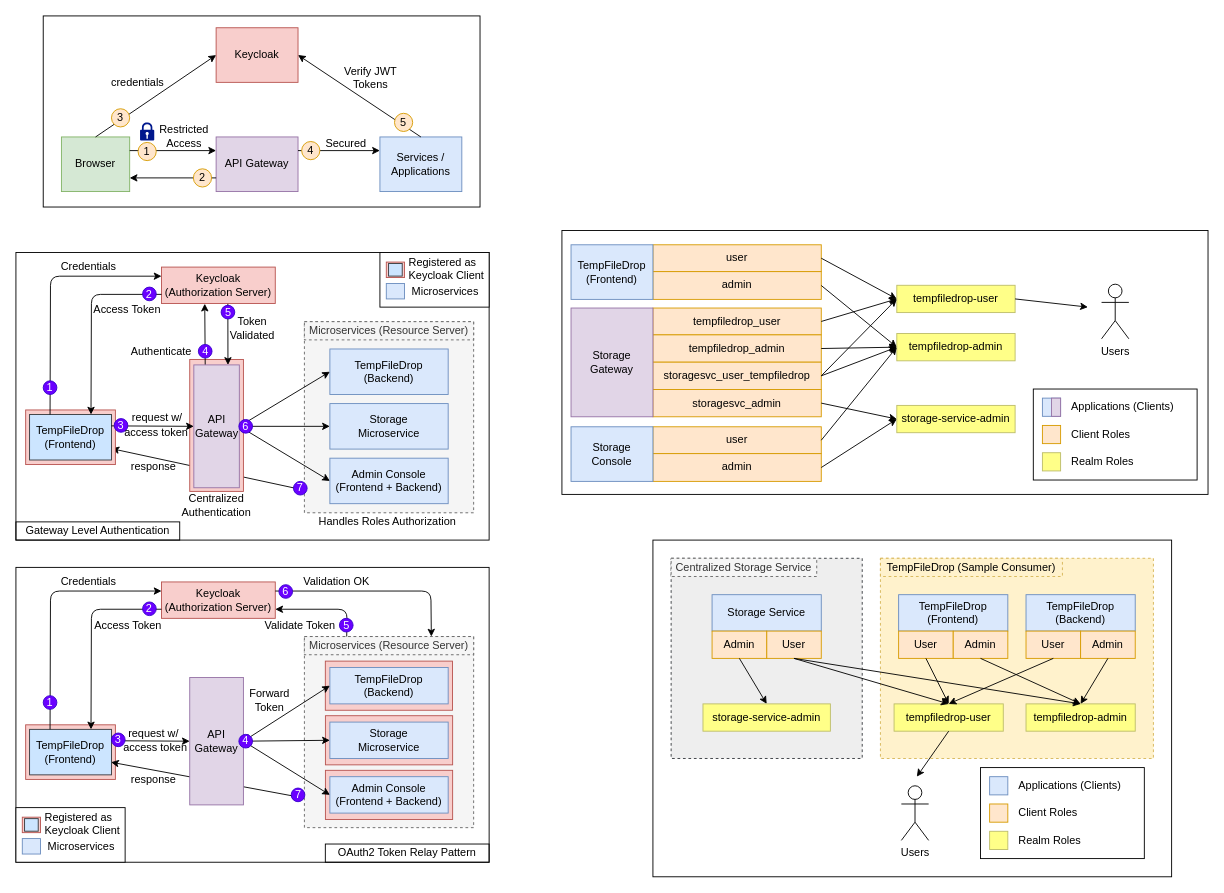
Above: doc/keycloak.drawio in awarenessxz/TempFileDrop (draw.io), before the change. Source tidied: cells renumbered, new cells numbered last; positions are measured from the earlier drawing's top-left corner, leaving out a move shared by most shapes. Both pictures are drawn from the tidied source at 91%, with x=0, y=0 at pixel (15, 15).
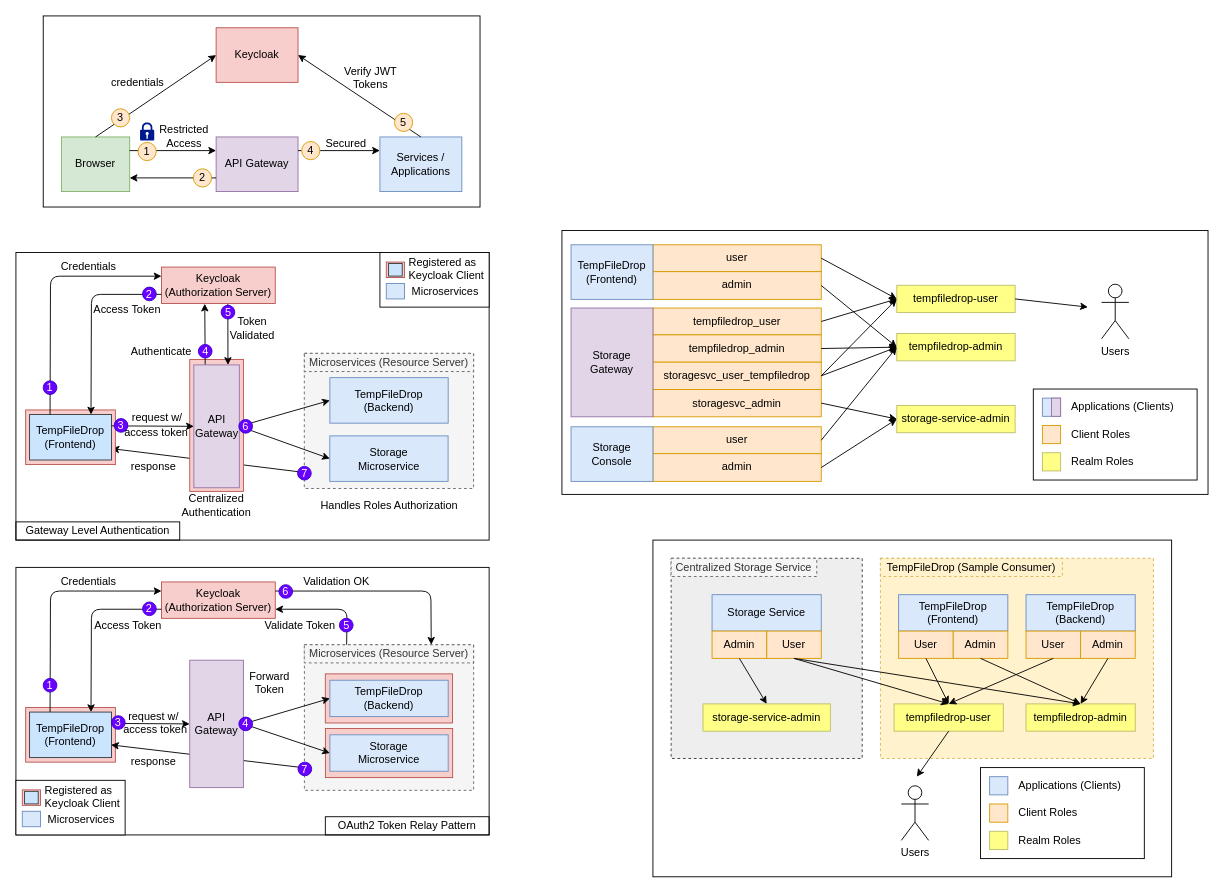
The same diagram, later.

The change refers to these unchanged cells:
```xml
<mxCell id="127" value="API &lt;br&gt;Gateway" style="rounded=0;whiteSpace=wrap;html=1;fillColor=#e1d5e7;strokeColor=#9673a6;" parent="1" vertex="1">
  <mxGeometry x="195.5" y="383.5" width="50" height="135" as="geometry" />
</mxCell>
```

What changed in the source:
```diff
@@
     <mxCell id="6" style="rounded=0;whiteSpace=wrap;html=1;strokeColor=#000000;align=center;" parent="1" vertex="1">
-      <mxGeometry y="606" width="520" height="324" as="geometry" />
+      <mxGeometry y="606" width="520" height="294" as="geometry" />
     </mxCell>
     <mxCell id="7" style="rounded=0;whiteSpace=wrap;html=1;dashed=1;fillColor=#f5f5f5;strokeColor=#666666;fontColor=#333333;" parent="1" vertex="1">
-      <mxGeometry x="317" y="682" width="186" height="210" as="geometry" />
+      <mxGeometry x="317" y="691" width="186" height="160" as="geometry" />
     </mxCell>
-    <mxCell id="8" style="rounded=0;whiteSpace=wrap;html=1;fillColor=#f8cecc;strokeColor=#b85450;" parent="1" vertex="1">
-      <mxGeometry x="340.1" y="829" width="139.8" height="54" as="geometry" />
-    </mxCell>
     <mxCell id="9" style="rounded=0;whiteSpace=wrap;html=1;fillColor=#f8cecc;strokeColor=#b85450;" parent="1" vertex="1">
-      <mxGeometry x="340.1" y="769" width="139.8" height="54" as="geometry" />
+      <mxGeometry x="340.1" y="783" width="139.8" height="54" as="geometry" />
     </mxCell>
     <mxCell id="10" style="rounded=0;whiteSpace=wrap;html=1;fillColor=#f8cecc;strokeColor=#b85450;" parent="1" vertex="1">
-      <mxGeometry x="340" y="709" width="139.8" height="54" as="geometry" />
+      <mxGeometry x="340" y="723" width="139.8" height="54" as="geometry" />
     </mxCell>
     <mxCell id="11" style="rounded=0;whiteSpace=wrap;html=1;fillColor=#f8cecc;strokeColor=#b85450;" parent="1" vertex="1">
-      <mxGeometry x="10.7" y="779" width="98.6" height="60" as="geometry" />
+      <mxGeometry x="10.7" y="760" width="98.6" height="60" as="geometry" />
     </mxCell>
@@
     <mxCell id="14" style="rounded=0;whiteSpace=wrap;html=1;dashed=1;fillColor=#f5f5f5;strokeColor=#666666;fontColor=#333333;" parent="1" vertex="1">
-      <mxGeometry x="317" y="336" width="186" height="210" as="geometry" />
+      <mxGeometry x="316.9" y="370.8" width="186" height="148.5" as="geometry" />
     </mxCell>
@@
     <mxCell id="69" value="TempFileDrop&lt;br&gt;(Backend)" style="rounded=0;whiteSpace=wrap;html=1;fillColor=#dae8fc;strokeColor=#6c8ebf;" parent="1" vertex="1">
-      <mxGeometry x="345" y="366" width="130" height="50" as="geometry" />
+      <mxGeometry x="345" y="397.5" width="130" height="50" as="geometry" />
     </mxCell>
     <mxCell id="70" value="Storage&lt;br&gt;Microservice" style="rounded=0;whiteSpace=wrap;html=1;fillColor=#dae8fc;strokeColor=#6c8ebf;" parent="1" vertex="1">
-      <mxGeometry x="345" y="426" width="130" height="50" as="geometry" />
+      <mxGeometry x="344.9" y="461.5" width="130" height="50" as="geometry" />
     </mxCell>
-    <mxCell id="71" value="Admin Console&lt;br&gt;(Frontend + Backend)" style="rounded=0;whiteSpace=wrap;html=1;fillColor=#dae8fc;strokeColor=#6c8ebf;" parent="1" vertex="1">
-      <mxGeometry x="345" y="486" width="130" height="50" as="geometry" />
-    </mxCell>
@@
-    <mxCell id="76" style="endArrow=classic;startArrow=classic;html=1;strokeWidth=1;exitX=1;exitY=0.5;exitDx=0;exitDy=0;entryX=0;entryY=0.5;entryDx=0;entryDy=0;" parent="1" edge="1" source="127" target="71">
-      <mxGeometry relative="1" as="geometry" />
-    </mxCell>
     <mxCell id="77" value="Microservices (Resource Server)" style="text;html=1;fillColor=#f5f5f5;align=center;verticalAlign=middle;whiteSpace=wrap;rounded=0;dashed=1;strokeColor=#666666;fontColor=#333333;" parent="1" vertex="1">
-      <mxGeometry x="317" y="336" width="186" height="20" as="geometry" />
+      <mxGeometry x="317" y="370.8" width="186" height="20" as="geometry" />
     </mxCell>
@@
     <mxCell id="93" value="Handles Roles Authorization" style="text;html=1;strokeColor=none;fillColor=none;align=center;verticalAlign=middle;whiteSpace=wrap;rounded=0;" parent="1" vertex="1">
-      <mxGeometry x="317" y="546" width="183" height="20" as="geometry" />
+      <mxGeometry x="318.5" y="528.2" width="183" height="20" as="geometry" />
     </mxCell>
@@
     <mxCell id="96" value="TempFileDrop&lt;br&gt;(Backend)" style="rounded=0;whiteSpace=wrap;html=1;fillColor=#dae8fc;strokeColor=#6c8ebf;" parent="1" vertex="1">
-      <mxGeometry x="345" y="716" width="130" height="40" as="geometry" />
+      <mxGeometry x="345" y="730" width="130" height="40" as="geometry" />
     </mxCell>
     <mxCell id="97" value="Storage&lt;br&gt;Microservice" style="rounded=0;whiteSpace=wrap;html=1;fillColor=#dae8fc;strokeColor=#6c8ebf;" parent="1" vertex="1">
-      <mxGeometry x="345" y="776" width="130" height="40" as="geometry" />
+      <mxGeometry x="345" y="790" width="130" height="40" as="geometry" />
     </mxCell>
-    <mxCell id="98" value="Admin Console&lt;br&gt;(Frontend + Backend)" style="rounded=0;whiteSpace=wrap;html=1;fillColor=#dae8fc;strokeColor=#6c8ebf;" parent="1" vertex="1">
-      <mxGeometry x="345" y="836" width="130" height="40" as="geometry" />
-    </mxCell>
     <mxCell id="99" value="TempFileDrop&lt;br&gt;(Frontend)" style="rounded=0;whiteSpace=wrap;html=1;fillColor=#cce5ff;strokeColor=#36393d;" parent="1" vertex="1">
-      <mxGeometry x="15" y="784" width="90" height="50" as="geometry" />
+      <mxGeometry x="15" y="765" width="90" height="50" as="geometry" />
     </mxCell>
@@
-    <mxCell id="103" style="endArrow=classic;startArrow=classic;html=1;strokeWidth=1;exitX=1;exitY=0.5;exitDx=0;exitDy=0;entryX=0;entryY=0.5;entryDx=0;entryDy=0;" parent="1" edge="1" source="125" target="98">
-      <mxGeometry relative="1" as="geometry" />
-    </mxCell>
     <mxCell id="104" value="Microservices (Resource Server)" style="text;html=1;fillColor=#f5f5f5;align=center;verticalAlign=middle;whiteSpace=wrap;rounded=0;dashed=1;strokeColor=#666666;fontColor=#333333;" parent="1" vertex="1">
-      <mxGeometry x="317" y="682" width="186" height="20" as="geometry" />
+      <mxGeometry x="316.9" y="691" width="186" height="20" as="geometry" />
     </mxCell>
@@
     <mxCell id="109" value="1" style="ellipse;whiteSpace=wrap;html=1;strokeColor=#3700CC;fillColor=#6a00ff;fontColor=#ffffff;horizontal=1;align=center;" parent="1" vertex="1">
-      <mxGeometry x="30" y="747" width="15" height="15" as="geometry" />
+      <mxGeometry x="30" y="728" width="15" height="15" as="geometry" />
     </mxCell>
@@
     <mxCell id="111" value="3" style="ellipse;whiteSpace=wrap;html=1;strokeColor=#3700CC;fillColor=#6a00ff;fontColor=#ffffff;horizontal=1;align=center;" parent="1" vertex="1">
-      <mxGeometry x="105" y="788" width="15" height="15" as="geometry" />
+      <mxGeometry x="105" y="769" width="15" height="15" as="geometry" />
     </mxCell>
     <mxCell id="112" value="request w/" style="text;html=1;strokeColor=none;fillColor=none;align=center;verticalAlign=middle;whiteSpace=wrap;rounded=0;dashed=1;" parent="1" vertex="1">
-      <mxGeometry x="114" y="779" width="75" height="20" as="geometry" />
+      <mxGeometry x="114" y="760" width="75" height="20" as="geometry" />
     </mxCell>
     <mxCell id="113" value="access token" style="text;html=1;strokeColor=none;fillColor=none;align=center;verticalAlign=middle;whiteSpace=wrap;rounded=0;dashed=1;" parent="1" vertex="1">
-      <mxGeometry x="116" y="794" width="75" height="20" as="geometry" />
+      <mxGeometry x="116" y="775" width="75" height="20" as="geometry" />
     </mxCell>
     <mxCell id="114" value="OAuth2 Token Relay Pattern" style="text;html=1;fillColor=none;align=center;verticalAlign=middle;whiteSpace=wrap;rounded=0;strokeColor=#000000;" parent="1" vertex="1">
-      <mxGeometry x="340" y="910" width="180" height="20" as="geometry" />
+      <mxGeometry x="340" y="880" width="180" height="20" as="geometry" />
     </mxCell>
     <mxCell id="115" value="Forward Token" style="text;html=1;strokeColor=none;fillColor=none;align=center;verticalAlign=middle;whiteSpace=wrap;rounded=0;" parent="1" vertex="1">
-      <mxGeometry x="259" y="742" width="40" height="20" as="geometry" />
+      <mxGeometry x="259" y="723" width="40" height="20" as="geometry" />
     </mxCell>
@@
     <mxCell id="123" value="7" style="ellipse;whiteSpace=wrap;html=1;strokeColor=#3700CC;fillColor=#6a00ff;fontColor=#ffffff;horizontal=1;align=center;" parent="1" vertex="1">
-      <mxGeometry x="302.5" y="848.5" width="15" height="15" as="geometry" />
+      <mxGeometry x="310" y="820" width="15" height="15" as="geometry" />
     </mxCell>
     <mxCell id="124" value="response" style="text;html=1;strokeColor=none;fillColor=none;align=center;verticalAlign=middle;whiteSpace=wrap;rounded=0;dashed=1;" parent="1" vertex="1">
-      <mxGeometry x="114.2" y="829" width="75" height="20" as="geometry" />
+      <mxGeometry x="114.2" y="810" width="75" height="20" as="geometry" />
     </mxCell>
     <mxCell id="125" value="API &lt;br&gt;Gateway" style="rounded=0;whiteSpace=wrap;html=1;fillColor=#e1d5e7;strokeColor=#9673a6;" parent="1" vertex="1">
-      <mxGeometry x="191" y="727" width="59" height="140" as="geometry" />
+      <mxGeometry x="191" y="708" width="59" height="140" as="geometry" />
     </mxCell>
     <mxCell id="126" value="4" style="ellipse;whiteSpace=wrap;html=1;strokeColor=#3700CC;fillColor=#6a00ff;fontColor=#ffffff;horizontal=1;align=center;" parent="1" vertex="1">
-      <mxGeometry x="245" y="789.5" width="15" height="15" as="geometry" />
+      <mxGeometry x="245" y="770.5" width="15" height="15" as="geometry" />
     </mxCell>
@@
     <mxCell id="129" value="7" style="ellipse;whiteSpace=wrap;html=1;strokeColor=#3700CC;fillColor=#6a00ff;fontColor=#ffffff;horizontal=1;align=center;" parent="1" vertex="1">
-      <mxGeometry x="305" y="511.5" width="15" height="15" as="geometry" />
+      <mxGeometry x="309.5" y="495" width="15" height="15" as="geometry" />
     </mxCell>
@@
     <mxCell id="137" style="rounded=0;whiteSpace=wrap;html=1;strokeColor=#000000;align=left;" parent="1" vertex="1">
-      <mxGeometry y="870" width="120" height="60" as="geometry" />
+      <mxGeometry y="840" width="120" height="60" as="geometry" />
     </mxCell>
     <mxCell id="138" style="group;" parent="1" vertex="1">
-      <mxGeometry x="7" y="880.5" width="20" height="17" as="geometry" />
+      <mxGeometry x="7" y="850.5" width="20" height="17" as="geometry" />
     </mxCell>
@@
     <mxCell id="141" value="Registered as Keycloak Client" style="text;html=1;strokeColor=none;fillColor=none;align=left;verticalAlign=middle;whiteSpace=wrap;rounded=0;" parent="1" vertex="1">
-      <mxGeometry x="30" y="877.5" width="90" height="20" as="geometry" />
+      <mxGeometry x="30" y="847.5" width="90" height="20" as="geometry" />
     </mxCell>
     <mxCell id="142" style="rounded=0;whiteSpace=wrap;html=1;fillColor=#dae8fc;strokeColor=#6c8ebf;" parent="1" vertex="1">
-      <mxGeometry x="7" y="904" width="20" height="17" as="geometry" />
+      <mxGeometry x="7" y="874" width="20" height="17" as="geometry" />
     </mxCell>
     <mxCell id="143" value="&amp;nbsp;Microservices" style="text;html=1;strokeColor=none;fillColor=none;align=left;verticalAlign=middle;whiteSpace=wrap;rounded=0;" parent="1" vertex="1">
-      <mxGeometry x="30" y="903" width="90" height="20" as="geometry" />
+      <mxGeometry x="30" y="873" width="90" height="20" as="geometry" />
     </mxCell>
```
